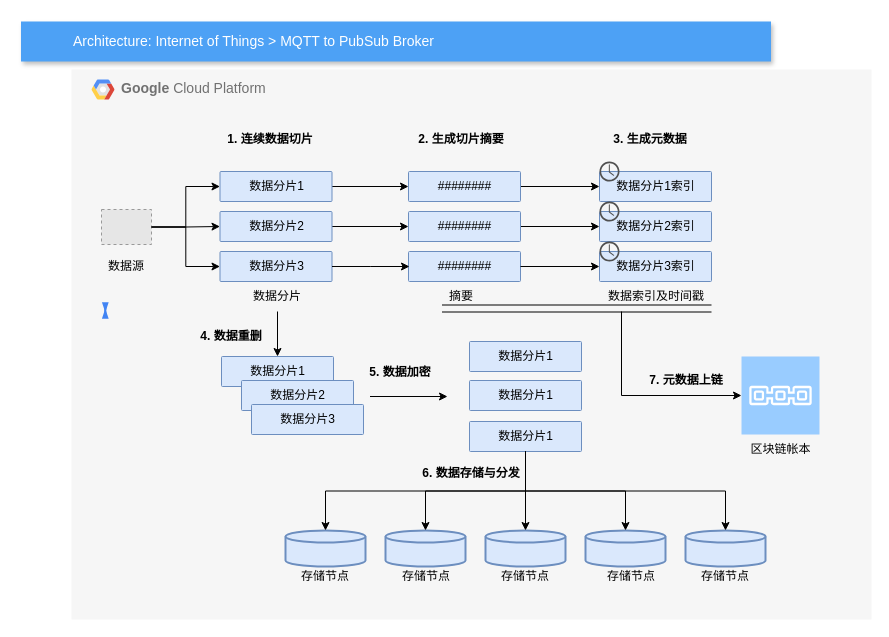
The draw.io diagram 数据连续切片.drawio in qqshow/drawio, before the edit. Source tidied: cells renumbered, new cells numbered last; positions are measured from the earlier drawing's top-left corner, leaving out a move shared by most shapes. Both pictures are drawn from the tidied source at 100%, with x=0, y=0 at pixel (21, 21). Pictures stored in the file or linked from it are replaced by grey dashed boxes.
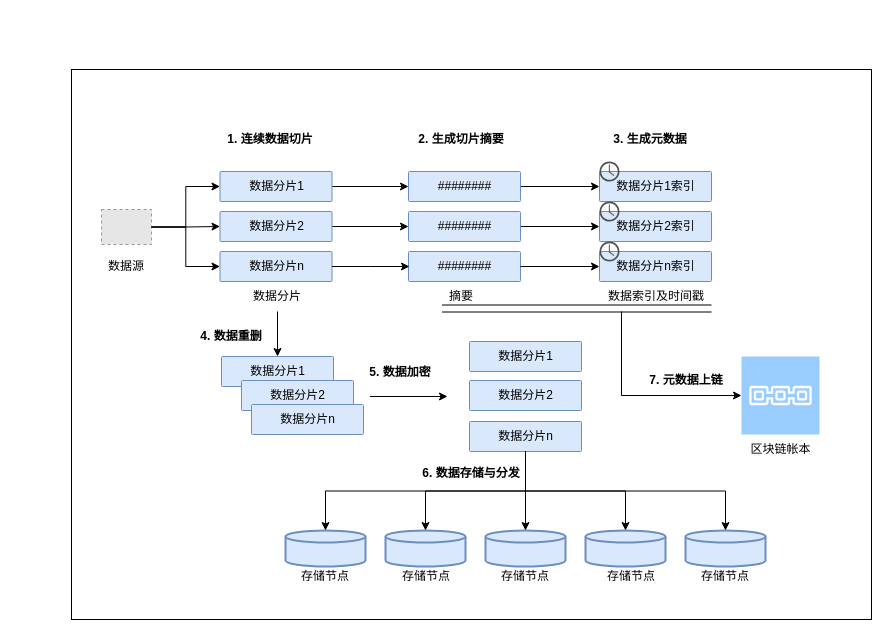
The same diagram, later.

Commit message:
Update 数据连续切片.drawio

What changed in the source:
```diff
@@
-    <mxCell id="2" value="&lt;b&gt;Google &lt;/b&gt;Cloud Platform" style="fillColor=#F6F6F6;strokeColor=none;shadow=0;gradientColor=none;fontSize=14;align=left;spacing=10;fontColor=#717171;9E9E9E;verticalAlign=top;spacingTop=-4;fontStyle=0;spacingLeft=40;html=1;" parent="1" vertex="1">
+    <mxCell id="2" style="shadow=0;fontSize=14;align=left;spacing=10;9E9E9E;verticalAlign=top;spacingTop=-4;fontStyle=0;spacingLeft=40;html=1;" parent="1" vertex="1">
       <mxGeometry x="50" y="48" width="800" height="550" as="geometry" />
     </mxCell>
-    <mxCell id="3" style="shape=mxgraph.gcp2.google_cloud_platform;fillColor=#F6F6F6;strokeColor=none;shadow=0;gradientColor=none;" parent="2" vertex="1">
-      <mxGeometry width="23" height="20" relative="1" as="geometry">
-        <mxPoint x="20" y="10" as="offset" />
-      </mxGeometry>
-    </mxCell>
@@
-    <mxCell id="13" value="&lt;span style=&quot;font-size: 12px ; text-align: left&quot;&gt;数据分片3&lt;/span&gt;" style="shadow=0;strokeWidth=1;rounded=1;absoluteArcSize=1;arcSize=2;fontSize=10;align=center;html=1;fillColor=#dae8fc;strokeColor=#6c8ebf;" parent="2" vertex="1">
+    <mxCell id="13" value="&lt;span style=&quot;font-size: 12px ; text-align: left&quot;&gt;数据分片n&lt;/span&gt;" style="shadow=0;strokeWidth=1;rounded=1;absoluteArcSize=1;arcSize=2;fontSize=10;align=center;html=1;fillColor=#dae8fc;strokeColor=#6c8ebf;" parent="2" vertex="1">
       <mxGeometry x="180" y="335" width="112" height="30" as="geometry" />
     </mxCell>
@@
-    <mxCell id="15" value="&lt;span style=&quot;font-size: 12px ; text-align: left&quot;&gt;数据分片1&lt;/span&gt;" style="shadow=0;strokeWidth=1;rounded=1;absoluteArcSize=1;arcSize=2;fontSize=10;align=center;html=1;fillColor=#dae8fc;strokeColor=#6c8ebf;" parent="2" vertex="1">
+    <mxCell id="15" value="&lt;span style=&quot;font-size: 12px ; text-align: left&quot;&gt;数据分片2&lt;/span&gt;" style="shadow=0;strokeWidth=1;rounded=1;absoluteArcSize=1;arcSize=2;fontSize=10;align=center;html=1;fillColor=#dae8fc;strokeColor=#6c8ebf;" parent="2" vertex="1">
       <mxGeometry x="398" y="311" width="112" height="30" as="geometry" />
     </mxCell>
@@
-    <mxCell id="17" value="&lt;span style=&quot;font-size: 12px ; text-align: left&quot;&gt;数据分片1&lt;/span&gt;" style="shadow=0;strokeWidth=1;rounded=1;absoluteArcSize=1;arcSize=2;fontSize=10;align=center;html=1;fillColor=#dae8fc;strokeColor=#6c8ebf;" parent="2" vertex="1">
+    <mxCell id="17" value="&lt;span style=&quot;font-size: 12px ; text-align: left&quot;&gt;数据分片n&lt;/span&gt;" style="shadow=0;strokeWidth=1;rounded=1;absoluteArcSize=1;arcSize=2;fontSize=10;align=center;html=1;fillColor=#dae8fc;strokeColor=#6c8ebf;" parent="2" vertex="1">
       <mxGeometry x="398" y="352" width="112" height="30" as="geometry" />
     </mxCell>
@@
-    <mxCell id="39" value="Architecture: Internet of Things &amp;gt; MQTT to PubSub Broker" style="fillColor=#4DA1F5;strokeColor=none;shadow=1;gradientColor=none;fontSize=14;align=left;spacingLeft=50;fontColor=#ffffff;html=1;" parent="1" vertex="1">
-      <mxGeometry x="-0.5" width="750" height="40" as="geometry" />
-    </mxCell>
-    <mxCell id="40" style="edgeStyle=elbowEdgeStyle;rounded=0;elbow=vertical;html=1;labelBackgroundColor=none;startArrow=blockThin;startFill=1;startSize=4;endArrow=blockThin;endFill=1;endSize=4;jettySize=auto;orthogonalLoop=1;strokeColor=#4284F3;strokeWidth=2;fontSize=12;fontColor=#000000;align=center;dashed=0;" parent="1" edge="1">
-      <mxGeometry relative="1" as="geometry">
-        <mxPoint x="83.8" y="288" as="sourcePoint" />
-        <mxPoint x="83.8" y="290" as="targetPoint" />
-      </mxGeometry>
-    </mxCell>
@@
-    <mxCell id="45" value="&lt;span style=&quot;font-size: 12px ; text-align: left&quot;&gt;数据分片3&lt;/span&gt;" style="shadow=0;strokeWidth=1;rounded=1;absoluteArcSize=1;arcSize=2;fontSize=10;align=center;html=1;fillColor=#dae8fc;strokeColor=#6c8ebf;" parent="1" vertex="1">
+    <mxCell id="45" value="&lt;span style=&quot;font-size: 12px ; text-align: left&quot;&gt;数据分片n&lt;/span&gt;" style="shadow=0;strokeWidth=1;rounded=1;absoluteArcSize=1;arcSize=2;fontSize=10;align=center;html=1;fillColor=#dae8fc;strokeColor=#6c8ebf;" parent="1" vertex="1">
       <mxGeometry x="198.5" y="230" width="112" height="30" as="geometry" />
     </mxCell>
@@
-    <mxCell id="54" value="&lt;span style=&quot;font-size: 12px ; text-align: left&quot;&gt;数据分片3索引&lt;/span&gt;" style="shadow=0;strokeWidth=1;rounded=1;absoluteArcSize=1;arcSize=2;fontSize=10;align=center;html=1;fillColor=#dae8fc;strokeColor=#6c8ebf;" parent="1" vertex="1">
+    <mxCell id="54" value="&lt;span style=&quot;font-size: 12px ; text-align: left&quot;&gt;数据分片n索引&lt;/span&gt;" style="shadow=0;strokeWidth=1;rounded=1;absoluteArcSize=1;arcSize=2;fontSize=10;align=center;html=1;fillColor=#dae8fc;strokeColor=#6c8ebf;" parent="1" vertex="1">
       <mxGeometry x="578" y="230" width="112" height="30" as="geometry" />
     </mxCell>
```
